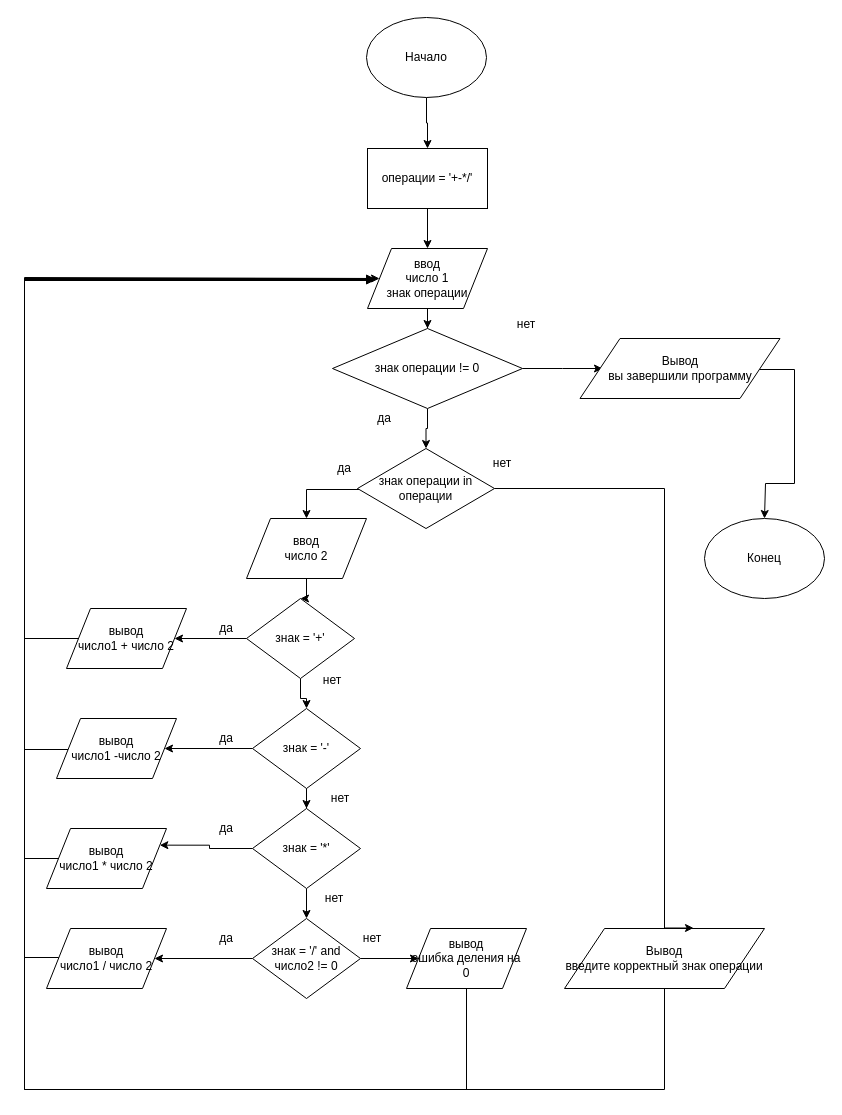
alexfadin/python keeps this draw.io diagram as Task2.drawio. Above is the earlier version. Source tidied: cells renumbered, new cells numbered last; positions are measured from the earlier drawing's top-left corner, leaving out a move shared by most shapes. Both pictures are drawn from the tidied source at 100%, with x=0, y=0 at pixel (24, 17).
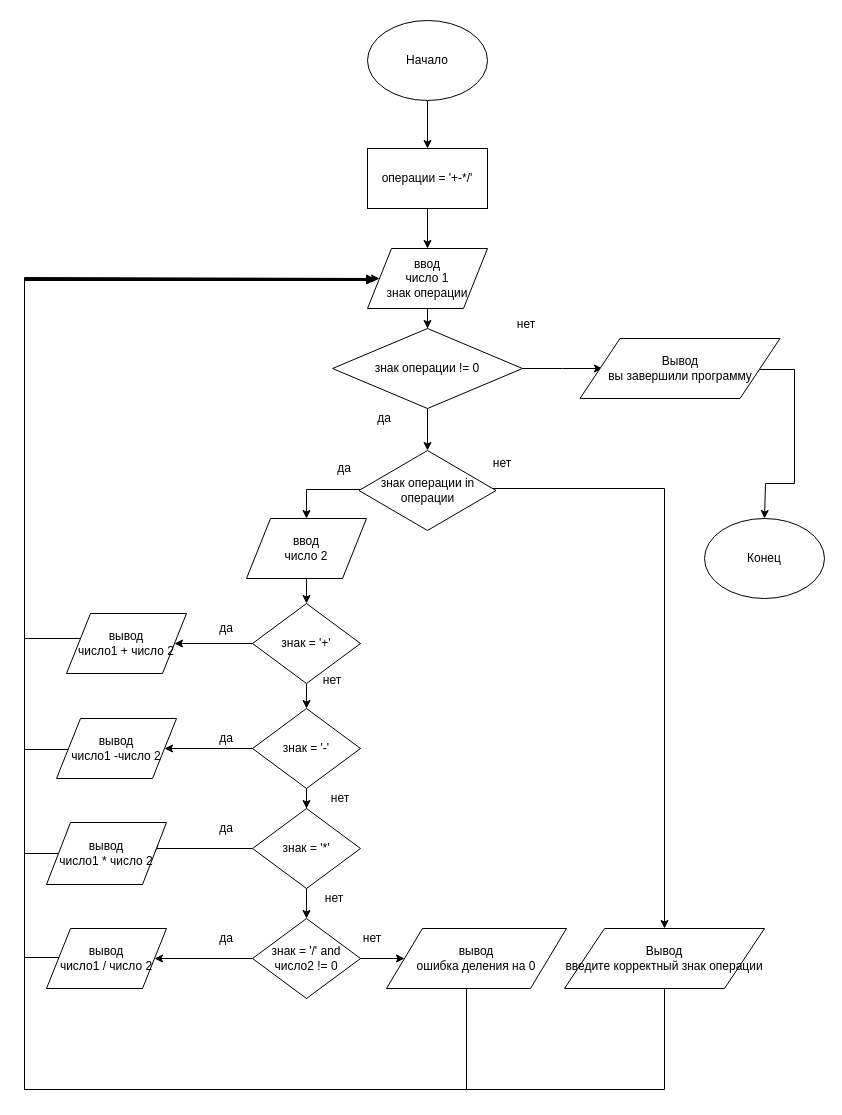
The same page after the edit.

The change refers to these unchanged cells:
```xml
<mxCell id="12" value="Вывод &lt;br&gt;введите корректный знак операции" style="shape=parallelogram;perimeter=parallelogramPerimeter;whiteSpace=wrap;html=1;" parent="1" vertex="1">
  <mxGeometry x="540" y="911" width="200" height="60" as="geometry" />
</mxCell>
<mxCell id="30" value="знак = '*'" style="rhombus;whiteSpace=wrap;html=1;" parent="1" vertex="1">
  <mxGeometry x="228" y="791" width="108" height="80" as="geometry" />
</mxCell>
```

The edit, as a diff of the source:
```diff
@@
     <mxCell id="3" value="Начало" style="ellipse;whiteSpace=wrap;html=1;" parent="1" vertex="1">
-      <mxGeometry x="342" width="120" height="80" as="geometry" />
+      <mxGeometry x="343" y="3" width="120" height="80" as="geometry" />
     </mxCell>
@@
     <mxCell id="15" value="знак = '+'" style="rhombus;whiteSpace=wrap;html=1;" parent="1" vertex="1">
-      <mxGeometry x="222" y="581" width="108" height="80" as="geometry" />
+      <mxGeometry x="228" y="586" width="108" height="80" as="geometry" />
     </mxCell>
@@
-    <mxCell id="19" style="edgeStyle=orthogonalEdgeStyle;rounded=0;jettySize=auto;html=1;entryX=0.645;entryY=-0.008;entryDx=0;entryDy=0;entryPerimeter=0;" parent="1" edge="1" source="20" target="12">
+    <mxCell id="19" style="edgeStyle=orthogonalEdgeStyle;rounded=0;jettySize=auto;html=1;entryX=0.5;entryY=0;entryDx=0;entryDy=0;" parent="1" edge="1" source="20" target="12">
       <mxGeometry relative="1" as="geometry">
         <Array as="points">
           <mxPoint x="640" y="471" />
-          <mxPoint x="640" y="911" />
         </Array>
       </mxGeometry>
     </mxCell>
     <mxCell id="20" value="знак операции in операции" style="rhombus;whiteSpace=wrap;html=1;" parent="1" vertex="1">
-      <mxGeometry x="333" y="431" width="137" height="80" as="geometry" />
+      <mxGeometry x="334.5" y="433" width="137" height="80" as="geometry" />
     </mxCell>
@@
-    <mxCell id="29" style="edgeStyle=orthogonalEdgeStyle;rounded=0;jettySize=auto;html=1;entryX=1;entryY=0.25;entryDx=0;entryDy=0;" parent="1" edge="1" source="30" target="39">
-      <mxGeometry relative="1" as="geometry" />
+    <mxCell id="29" style="edgeStyle=orthogonalEdgeStyle;rounded=0;jettySize=auto;html=1;entryX=1;entryY=0.5;entryDx=0;entryDy=0;" parent="1" edge="1" source="30" target="39">
+      <mxGeometry relative="1" as="geometry">
+        <Array as="points">
+          <mxPoint x="130" y="831" />
+        </Array>
+      </mxGeometry>
     </mxCell>
@@
     <mxCell id="35" value="вывод&lt;br&gt;число1 + число 2" style="shape=parallelogram;perimeter=parallelogramPerimeter;whiteSpace=wrap;html=1;" parent="1" vertex="1">
-      <mxGeometry x="42" y="591" width="120" height="60" as="geometry" />
+      <mxGeometry x="42" y="596" width="120" height="60" as="geometry" />
     </mxCell>
@@
     <mxCell id="38" style="edgeStyle=orthogonalEdgeStyle;rounded=0;jettySize=auto;html=1;" parent="1" edge="1" source="39">
       <mxGeometry relative="1" as="geometry">
         <mxPoint x="350" y="263" as="targetPoint" />
         <Array as="points">
-          <mxPoint y="841" />
+          <mxPoint y="836" />
           <mxPoint y="263" />
         </Array>
       </mxGeometry>
     </mxCell>
     <mxCell id="39" value="вывод&lt;br&gt;число1 * число 2" style="shape=parallelogram;perimeter=parallelogramPerimeter;whiteSpace=wrap;html=1;" parent="1" vertex="1">
-      <mxGeometry x="22" y="811" width="120" height="60" as="geometry" />
+      <mxGeometry x="22" y="805" width="120" height="62" as="geometry" />
     </mxCell>
@@
     <mxCell id="43" value="вывод&lt;br&gt;ошибка деления на 0" style="shape=parallelogram;perimeter=parallelogramPerimeter;whiteSpace=wrap;html=1;" parent="1" vertex="1">
-      <mxGeometry x="382" y="911" width="120" height="60" as="geometry" />
+      <mxGeometry x="362" y="911" width="180" height="60" as="geometry" />
     </mxCell>
```
